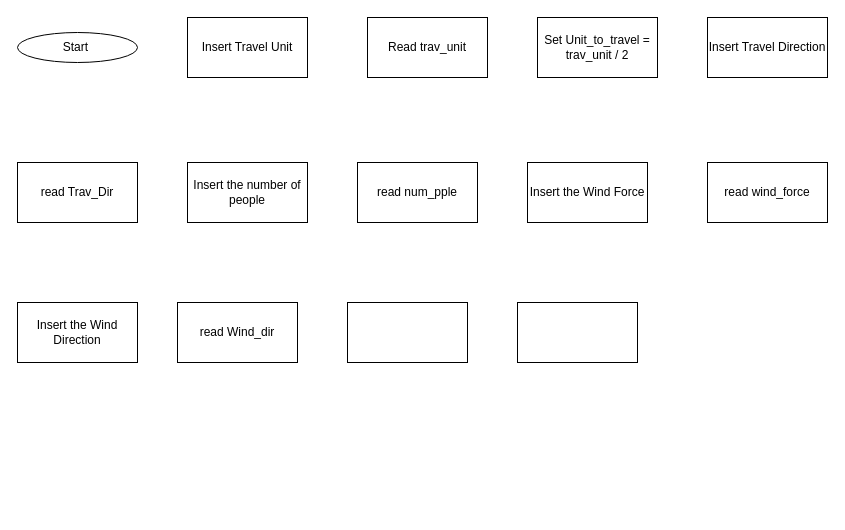
Above: flowchart_log3_9.drawio in LwinMateo/mlcode (draw.io), before the change. Source tidied: cells renumbered, new cells numbered last; positions are measured from the earlier drawing's top-left corner, leaving out a move shared by most shapes. Both pictures are drawn from the tidied source at 100%, with x=0, y=0 at pixel (17, 17).
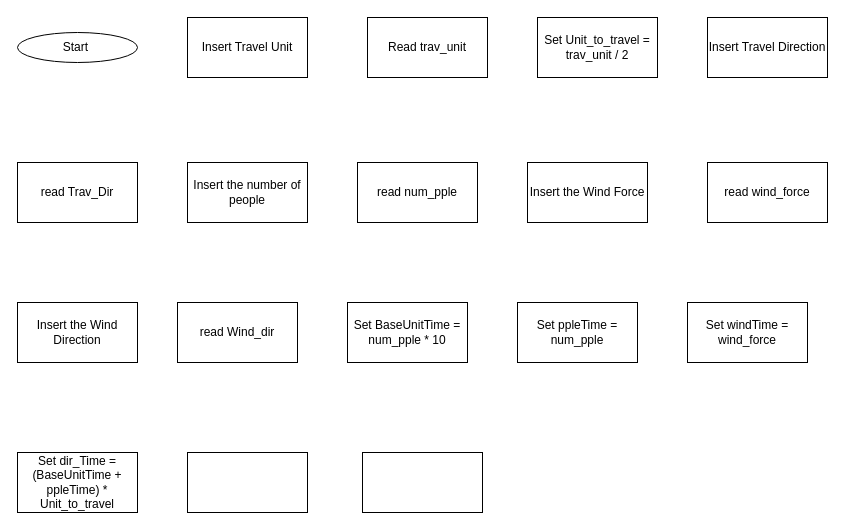
The same diagram, later.

What changed in the source:
```diff
@@
 <mxGraphModel>
   <root>
     <mxCell id="0" />
     <mxCell id="1" parent="0" />
     <mxCell id="2" value="Start&amp;nbsp;" style="ellipse;whiteSpace=wrap;html=1;" parent="1" vertex="1">
       <mxGeometry y="15" width="120" height="30" as="geometry" />
     </mxCell>
     <mxCell id="3" value="Insert Travel Unit" style="rounded=0;whiteSpace=wrap;html=1;" parent="1" vertex="1">
       <mxGeometry x="170" width="120" height="60" as="geometry" />
     </mxCell>
     <mxCell id="4" value="Read trav_unit" style="rounded=0;whiteSpace=wrap;html=1;" parent="1" vertex="1">
       <mxGeometry x="350" width="120" height="60" as="geometry" />
     </mxCell>
     <mxCell id="5" value="Insert Travel Direction" style="rounded=0;whiteSpace=wrap;html=1;" parent="1" vertex="1">
       <mxGeometry x="690" width="120" height="60" as="geometry" />
     </mxCell>
     <mxCell id="6" value="read Trav_Dir" style="rounded=0;whiteSpace=wrap;html=1;" parent="1" vertex="1">
       <mxGeometry y="145" width="120" height="60" as="geometry" />
     </mxCell>
     <mxCell id="7" value="Insert the number of people" style="rounded=0;whiteSpace=wrap;html=1;" parent="1" vertex="1">
       <mxGeometry x="170" y="145" width="120" height="60" as="geometry" />
     </mxCell>
     <mxCell id="8" value="read num_pple" style="rounded=0;whiteSpace=wrap;html=1;" parent="1" vertex="1">
       <mxGeometry x="340" y="145" width="120" height="60" as="geometry" />
     </mxCell>
     <mxCell id="9" value="Insert the Wind Force" style="rounded=0;whiteSpace=wrap;html=1;" parent="1" vertex="1">
       <mxGeometry x="510" y="145" width="120" height="60" as="geometry" />
     </mxCell>
     <mxCell id="10" value="read wind_force" style="rounded=0;whiteSpace=wrap;html=1;" parent="1" vertex="1">
       <mxGeometry x="690" y="145" width="120" height="60" as="geometry" />
     </mxCell>
     <mxCell id="11" value="Insert the Wind Direction" style="rounded=0;whiteSpace=wrap;html=1;" parent="1" vertex="1">
       <mxGeometry y="285" width="120" height="60" as="geometry" />
     </mxCell>
     <mxCell id="12" value="read Wind_dir" style="rounded=0;whiteSpace=wrap;html=1;" parent="1" vertex="1">
       <mxGeometry x="160" y="285" width="120" height="60" as="geometry" />
     </mxCell>
     <mxCell id="13" value="Set Unit_to_travel = trav_unit / 2" style="rounded=0;whiteSpace=wrap;html=1;" parent="1" vertex="1">
       <mxGeometry x="520" width="120" height="60" as="geometry" />
     </mxCell>
-    <mxCell id="14" style="rounded=0;whiteSpace=wrap;html=1;" parent="1" vertex="1">
+    <mxCell id="14" value="Set BaseUnitTime = num_pple * 10" style="rounded=0;whiteSpace=wrap;html=1;" parent="1" vertex="1">
       <mxGeometry x="330" y="285" width="120" height="60" as="geometry" />
     </mxCell>
-    <mxCell id="15" style="rounded=0;whiteSpace=wrap;html=1;" parent="1" vertex="1">
+    <mxCell id="15" value="Set ppleTime = num_pple" style="rounded=0;whiteSpace=wrap;html=1;" parent="1" vertex="1">
       <mxGeometry x="500" y="285" width="120" height="60" as="geometry" />
     </mxCell>
+    <mxCell id="16" value="Set windTime = wind_force" style="rounded=0;whiteSpace=wrap;html=1;" parent="1" vertex="1">
+      <mxGeometry x="670" y="285" width="120" height="60" as="geometry" />
+    </mxCell>
+    <mxCell id="17" value="Set dir_Time = (BaseUnitTime + ppleTime) * Unit_to_travel" style="rounded=0;whiteSpace=wrap;html=1;" parent="1" vertex="1">
+      <mxGeometry y="435" width="120" height="60" as="geometry" />
+    </mxCell>
+    <mxCell id="18" style="rounded=0;whiteSpace=wrap;html=1;" parent="1" vertex="1">
+      <mxGeometry x="170" y="435" width="120" height="60" as="geometry" />
+    </mxCell>
+    <mxCell id="19" style="rounded=0;whiteSpace=wrap;html=1;" parent="1" vertex="1">
+      <mxGeometry x="345" y="435" width="120" height="60" as="geometry" />
+    </mxCell>
   </root>
 </mxGraphModel>
```
